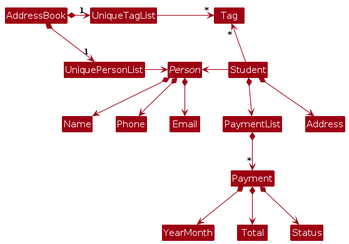
This is diagrams/BetterModelClassDiagram.png from AY2526S1-CS2103T-W08-2/tp, a PlantUML export, as it was before one commit. Its source is kept beside it as diagrams/BetterModelClassDiagram.puml. Its diagram source:
```plantuml
@startuml
!include style.puml
skinparam arrowThickness 1.1
skinparam arrowColor MODEL_COLOR
skinparam classBackgroundColor MODEL_COLOR

abstract class Person


AddressBook *-right-> "1" UniquePersonList
AddressBook *-right-> "1" UniqueTagList
UniqueTagList -[hidden]down- UniquePersonList
UniqueTagList -[hidden]down- UniquePersonList

UniqueTagList -right-> "*" Tag
UniquePersonList -right-> Person

Student -left-> Person
Student *--> Address
Student *--> PaymentList

Student -up-> "*" Tag

Person *--> Name
Person *--> Phone
Person *--> Email


PaymentList *--> "*" Payment
Payment *--> YearMonth
Payment *--> Total
Payment *--> Status
@enduml
```
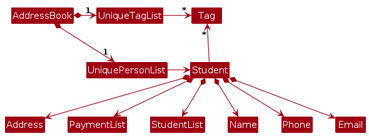
After the commit.

The edit, as a diff of the source:
```diff
@@ -3,8 +3,6 @@
 skinparam arrowThickness 1.1
 skinparam arrowColor MODEL_COLOR
 skinparam classBackgroundColor MODEL_COLOR
-
-abstract class Person
 
 
 AddressBook *-right-> "1" UniquePersonList
@@ -13,21 +11,15 @@
 UniqueTagList -[hidden]down- UniquePersonList
 
 UniqueTagList -right-> "*" Tag
-UniquePersonList -right-> Person
+UniquePersonList -right-> Student
 
-Student -left-> Person
 Student *--> Address
 Student *--> PaymentList
-
 Student -up-> "*" Tag
-
-Person *--> Name
-Person *--> Phone
-Person *--> Email
+Student *--> StudentList
+Student *--> Name
+Student *--> Phone
+Student *--> Email
 
 
-PaymentList *--> "*" Payment
-Payment *--> YearMonth
-Payment *--> Total
-Payment *--> Status
 @enduml
```
